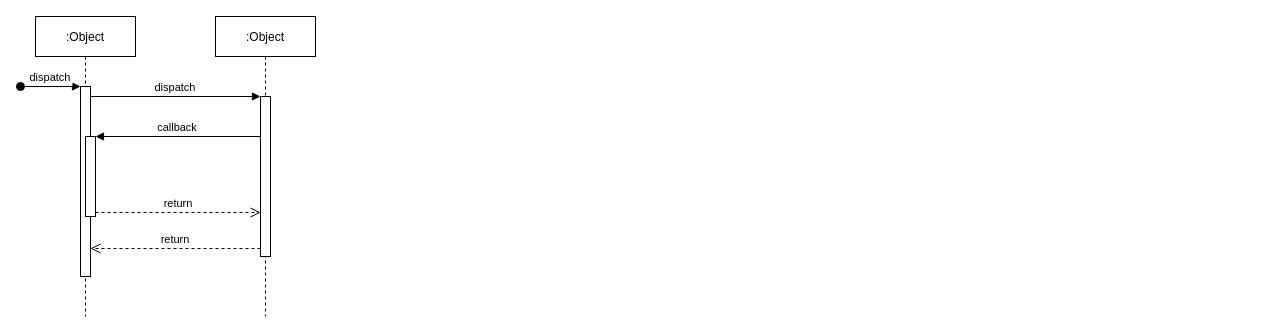
bharath-k-reddy/LearnOpenSource keeps this draw.io diagram as StreamingMigration.drawio. Above is the earlier version. Source tidied: cells renumbered, new cells numbered last; positions are measured from the earlier drawing's top-left corner, leaving out a move shared by most shapes. Both pictures are drawn from the tidied source at 100%, with x=0, y=0 at pixel (20, 16).
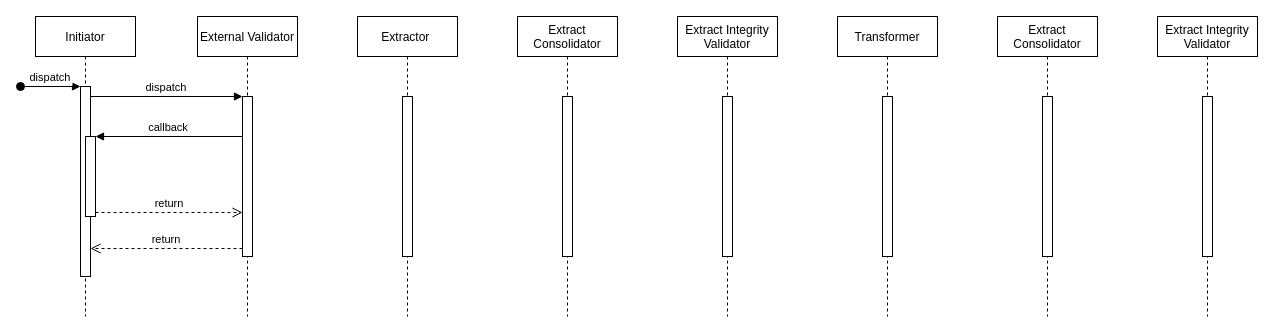
After the change.

Change to the diagram source:
```diff
@@
-    <mxCell id="2" value=":Object" style="shape=umlLifeline;perimeter=lifelinePerimeter;rounded=0;shadow=0;strokeWidth=1;" parent="1" vertex="1">
+    <mxCell id="2" value="Initiator" style="shape=umlLifeline;perimeter=lifelinePerimeter;rounded=0;shadow=0;strokeWidth=1;" parent="1" vertex="1">
       <mxGeometry x="15" width="100" height="300" as="geometry" />
     </mxCell>
@@
-    <mxCell id="6" value=":Object" style="shape=umlLifeline;perimeter=lifelinePerimeter;rounded=0;shadow=0;strokeWidth=1;" parent="1" vertex="1">
-      <mxGeometry x="195" width="100" height="300" as="geometry" />
+    <mxCell id="6" value="External Validator" style="shape=umlLifeline;perimeter=lifelinePerimeter;rounded=0;shadow=0;strokeWidth=1;" parent="1" vertex="1">
+      <mxGeometry x="177" width="100" height="300" as="geometry" />
     </mxCell>
@@
+    <mxCell id="12" value="Extractor " style="shape=umlLifeline;perimeter=lifelinePerimeter;rounded=0;shadow=0;strokeWidth=1;" parent="1" vertex="1">
+      <mxGeometry x="337" width="100" height="300" as="geometry" />
+    </mxCell>
+    <mxCell id="13" style="perimeter=orthogonalPerimeter;rounded=0;shadow=0;strokeWidth=1;" parent="12" vertex="1">
+      <mxGeometry x="45" y="80" width="10" height="160" as="geometry" />
+    </mxCell>
+    <mxCell id="14" value="Extract &#10;Consolidator" style="shape=umlLifeline;perimeter=lifelinePerimeter;rounded=0;shadow=0;strokeWidth=1;" parent="1" vertex="1">
+      <mxGeometry x="497" width="100" height="300" as="geometry" />
+    </mxCell>
+    <mxCell id="15" style="perimeter=orthogonalPerimeter;rounded=0;shadow=0;strokeWidth=1;" parent="14" vertex="1">
+      <mxGeometry x="45" y="80" width="10" height="160" as="geometry" />
+    </mxCell>
+    <mxCell id="16" value="Extract Integrity &#10;Validator" style="shape=umlLifeline;perimeter=lifelinePerimeter;rounded=0;shadow=0;strokeWidth=1;" parent="1" vertex="1">
+      <mxGeometry x="657" width="100" height="300" as="geometry" />
+    </mxCell>
+    <mxCell id="17" style="perimeter=orthogonalPerimeter;rounded=0;shadow=0;strokeWidth=1;" parent="16" vertex="1">
+      <mxGeometry x="45" y="80" width="10" height="160" as="geometry" />
+    </mxCell>
+    <mxCell id="18" value="Transformer" style="shape=umlLifeline;perimeter=lifelinePerimeter;rounded=0;shadow=0;strokeWidth=1;" parent="1" vertex="1">
+      <mxGeometry x="817" width="100" height="300" as="geometry" />
+    </mxCell>
+    <mxCell id="19" style="perimeter=orthogonalPerimeter;rounded=0;shadow=0;strokeWidth=1;" parent="18" vertex="1">
+      <mxGeometry x="45" y="80" width="10" height="160" as="geometry" />
+    </mxCell>
+    <mxCell id="20" value="Extract &#10;Consolidator" style="shape=umlLifeline;perimeter=lifelinePerimeter;rounded=0;shadow=0;strokeWidth=1;" parent="1" vertex="1">
+      <mxGeometry x="977" width="100" height="300" as="geometry" />
+    </mxCell>
+    <mxCell id="21" style="perimeter=orthogonalPerimeter;rounded=0;shadow=0;strokeWidth=1;" parent="20" vertex="1">
+      <mxGeometry x="45" y="80" width="10" height="160" as="geometry" />
+    </mxCell>
+    <mxCell id="22" value="Extract Integrity &#10;Validator" style="shape=umlLifeline;perimeter=lifelinePerimeter;rounded=0;shadow=0;strokeWidth=1;" parent="1" vertex="1">
+      <mxGeometry x="1137" width="100" height="300" as="geometry" />
+    </mxCell>
+    <mxCell id="23" style="perimeter=orthogonalPerimeter;rounded=0;shadow=0;strokeWidth=1;" parent="22" vertex="1">
+      <mxGeometry x="45" y="80" width="10" height="160" as="geometry" />
+    </mxCell>
```
